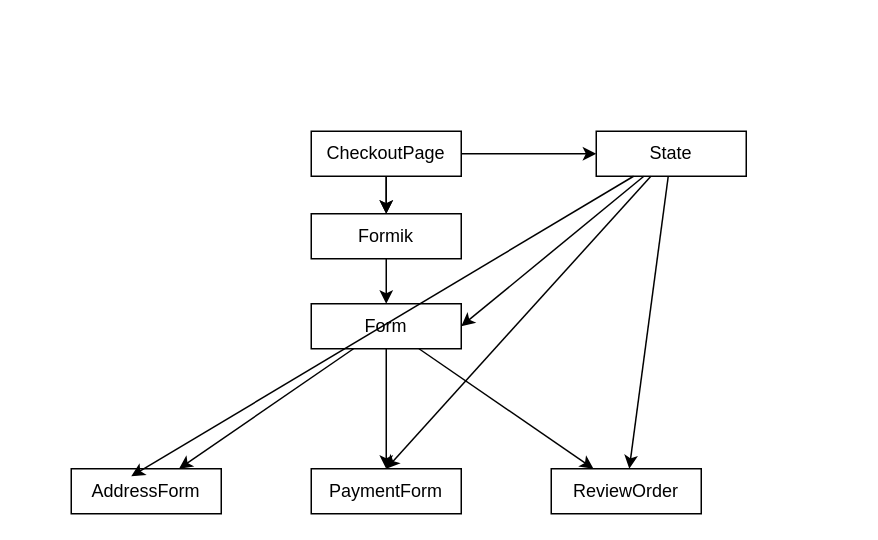
This is src/components/multi-step-form.drawio from struckm/react-multi-step-form, a draw.io file, before an edit. Source tidied: cells renumbered, new cells numbered last; positions are measured from the earlier drawing's top-left corner, leaving out a move shared by most shapes. Both pictures are drawn from the tidied source at 150%, with x=0, y=0 at pixel (70, 130).
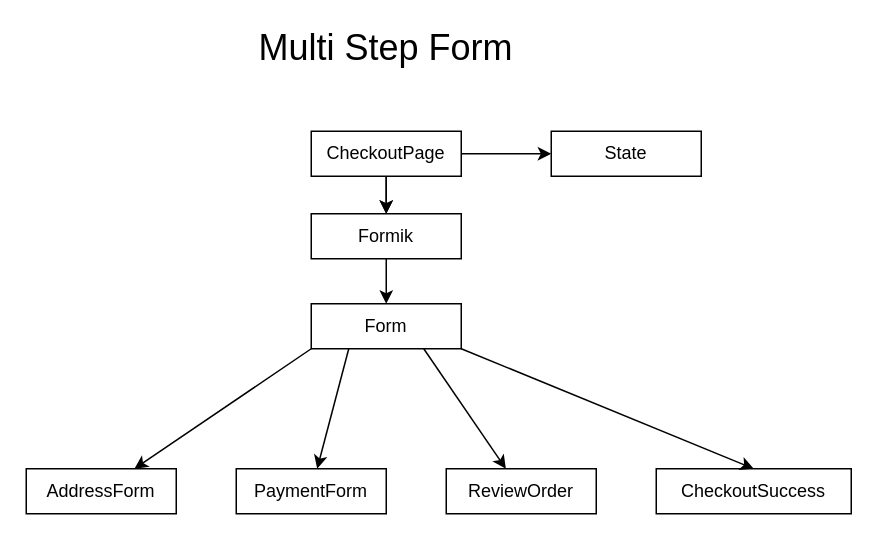
After the change.

The edit, as a diff of the source:
```diff
@@
 <mxGraphModel>
   <root>
     <mxCell id="0" />
     <mxCell id="1" parent="0" />
     <mxCell id="2" style="edgeStyle=orthogonalEdgeStyle;rounded=0;jettySize=auto;html=1;" parent="1" edge="1" source="5" target="7">
       <mxGeometry relative="1" as="geometry" />
     </mxCell>
     <mxCell id="3" style="edgeStyle=orthogonalEdgeStyle;rounded=0;jettySize=auto;html=1;" parent="1" edge="1" source="5" target="7">
       <mxGeometry relative="1" as="geometry" />
     </mxCell>
     <mxCell id="4" style="edgeStyle=none;html=1;" parent="1" edge="1" source="5" target="19">
       <mxGeometry relative="1" as="geometry" />
     </mxCell>
     <mxCell id="5" value="CheckoutPage" style="text;html=1;strokeColor=default;fillColor=none;align=center;verticalAlign=middle;whiteSpace=wrap;rounded=0;" parent="1" vertex="1">
       <mxGeometry x="160" width="100" height="30" as="geometry" />
     </mxCell>
     <mxCell id="6" style="edgeStyle=orthogonalEdgeStyle;rounded=0;jettySize=auto;html=1;" parent="1" edge="1" source="7" target="11">
       <mxGeometry relative="1" as="geometry" />
     </mxCell>
     <mxCell id="7" value="Formik" style="text;html=1;strokeColor=default;fillColor=none;align=center;verticalAlign=middle;whiteSpace=wrap;rounded=0;" parent="1" vertex="1">
       <mxGeometry x="160" y="55" width="100" height="30" as="geometry" />
     </mxCell>
-    <mxCell id="8" style="edgeStyle=none;html=1;" parent="1" edge="1" source="11" target="12">
+    <mxCell id="8" style="edgeStyle=none;html=1;exitX=0;exitY=1;exitDx=0;exitDy=0;" parent="1" edge="1" source="11" target="12">
       <mxGeometry relative="1" as="geometry" />
     </mxCell>
-    <mxCell id="9" style="edgeStyle=none;html=1;" parent="1" edge="1" source="11" target="13">
+    <mxCell id="9" style="edgeStyle=none;html=1;exitX=0.25;exitY=1;exitDx=0;exitDy=0;" parent="1" edge="1" source="11" target="13">
       <mxGeometry relative="1" as="geometry" />
     </mxCell>
-    <mxCell id="10" style="edgeStyle=none;html=1;" parent="1" edge="1" source="11" target="14">
+    <mxCell id="10" style="edgeStyle=none;html=1;exitX=0.75;exitY=1;exitDx=0;exitDy=0;" parent="1" edge="1" source="11" target="14">
       <mxGeometry relative="1" as="geometry" />
     </mxCell>
+    <mxCell id="20" style="edgeStyle=none;html=1;exitX=1;exitY=1;exitDx=0;exitDy=0;entryX=0.5;entryY=0;entryDx=0;entryDy=0;" parent="1" edge="1" source="11" target="21">
+      <mxGeometry relative="1" as="geometry" />
+    </mxCell>
     <mxCell id="11" value="Form" style="text;html=1;strokeColor=default;fillColor=none;align=center;verticalAlign=middle;whiteSpace=wrap;rounded=0;" parent="1" vertex="1">
       <mxGeometry x="160" y="115" width="100" height="30" as="geometry" />
     </mxCell>
     <mxCell id="12" value="AddressForm" style="text;html=1;strokeColor=default;fillColor=none;align=center;verticalAlign=middle;whiteSpace=wrap;rounded=0;" parent="1" vertex="1">
-      <mxGeometry y="225" width="100" height="30" as="geometry" />
+      <mxGeometry x="-30" y="225" width="100" height="30" as="geometry" />
     </mxCell>
     <mxCell id="13" value="PaymentForm" style="text;html=1;strokeColor=default;fillColor=none;align=center;verticalAlign=middle;whiteSpace=wrap;rounded=0;" parent="1" vertex="1">
-      <mxGeometry x="160" y="225" width="100" height="30" as="geometry" />
+      <mxGeometry x="110" y="225" width="100" height="30" as="geometry" />
     </mxCell>
     <mxCell id="14" value="ReviewOrder" style="text;html=1;strokeColor=default;fillColor=none;align=center;verticalAlign=middle;whiteSpace=wrap;rounded=0;" parent="1" vertex="1">
-      <mxGeometry x="320" y="225" width="100" height="30" as="geometry" />
+      <mxGeometry x="250" y="225" width="100" height="30" as="geometry" />
     </mxCell>
-    <mxCell id="15" style="edgeStyle=none;html=1;" parent="1" edge="1" source="19" target="14">
-      <mxGeometry relative="1" as="geometry" />
-    </mxCell>
-    <mxCell id="16" style="edgeStyle=none;html=1;entryX=0.5;entryY=0;entryDx=0;entryDy=0;" parent="1" edge="1" source="19" target="13">
-      <mxGeometry relative="1" as="geometry" />
-    </mxCell>
-    <mxCell id="17" style="edgeStyle=none;html=1;entryX=0.4;entryY=0.167;entryDx=0;entryDy=0;entryPerimeter=0;" parent="1" edge="1" source="19" target="12">
-      <mxGeometry relative="1" as="geometry" />
-    </mxCell>
-    <mxCell id="18" style="edgeStyle=none;html=1;entryX=1;entryY=0.5;entryDx=0;entryDy=0;" parent="1" edge="1" source="19" target="11">
-      <mxGeometry relative="1" as="geometry" />
-    </mxCell>
     <mxCell id="19" value="State" style="text;html=1;strokeColor=default;fillColor=none;align=center;verticalAlign=middle;whiteSpace=wrap;rounded=0;" parent="1" vertex="1">
-      <mxGeometry x="350" width="100" height="30" as="geometry" />
+      <mxGeometry x="320" width="100" height="30" as="geometry" />
     </mxCell>
+    <mxCell id="21" value="CheckoutSuccess" style="text;html=1;strokeColor=default;fillColor=none;align=center;verticalAlign=middle;whiteSpace=wrap;rounded=0;" parent="1" vertex="1">
+      <mxGeometry x="390" y="225" width="130" height="30" as="geometry" />
+    </mxCell>
+    <mxCell id="22" value="Multi Step Form" style="text;html=1;strokeColor=none;fillColor=none;align=center;verticalAlign=middle;whiteSpace=wrap;rounded=0;fontSize=24;" parent="1" vertex="1">
+      <mxGeometry x="50" y="-70" width="320" height="30" as="geometry" />
+    </mxCell>
   </root>
 </mxGraphModel>
```
